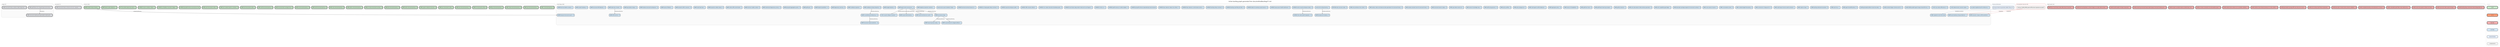
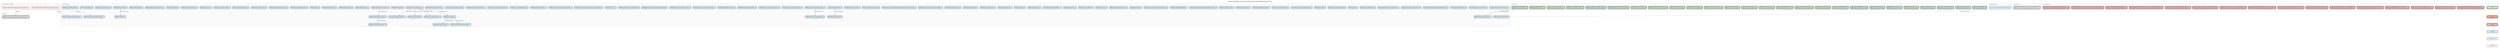
digraph backlog {
  rankdir=TB
  fontname="Helvetica"
  label="Active backlog graph generated from docs/method/backlog/*/*.md"
  labelloc=t
  fontsize=12
  node [shape=box style="rounded,filled" fontname="Helvetica" fontsize=8 margin="0.1,0.05" height=0.35]
  edge [color="#666666" arrowsize=0.5 fontname="Helvetica" fontsize=7]
  newrank=true
  ranksep=0.55
  nodesep=0.2

  subgraph cluster_asap {
-     label="asap (3)" labeljust=l fontsize=9 fontcolor="#555555"
-     style=rounded color="#cccccc" bgcolor="#fafafa"
-     asap_CORE_graft_fake_echo_shaped_typescript_witness [label="CORE-graft-fake-echo-shaped-typescript-witness - L" fillcolor="#E5E7EB" penwidth=2]
-     asap_CORE_structural_history_evidence_label_alignment [label="CORE-structural-history-evidence-label-alignment - M" fillcolor="#E5E7EB" penwidth=2]
+     label="asap (1)" labeljust=l fontsize=9 fontcolor="#555555"
+     style=rounded color="#cccccc" bgcolor="#fafafa"
    asap_CORE_structural_reading_port_generated_model_parity [label="CORE-structural-reading-port-generated-model-parity - L" fillcolor="#E5E7EB" penwidth=2]
  }

  subgraph cluster_up_next {
    label="up-next (1)" labeljust=l fontsize=9 fontcolor="#555555"
    style=rounded color="#cccccc" bgcolor="#fafafa"
    up_next_CORE_structural_history_schema_and_echo_migration [label="CORE-structural-history-schema-and-echo-migration - XL" fillcolor="#E5E7EB" penwidth=2]
  }

  subgraph cluster_v0_8_0 {
    label="v0.8.0 (26)" labeljust=l fontsize=9 fontcolor="#555555"
    style=rounded color="#cccccc" bgcolor="#fafafa"
    v0_8_0_CORE_c_structural_parsing [label="CORE-c-structural-parsing - M" fillcolor="#C8E6C9" penwidth=2]
    v0_8_0_CORE_cpp_structural_parsing [label="CORE-cpp-structural-parsing - L" fillcolor="#C8E6C9" penwidth=2]
    v0_8_0_CORE_csharp_structural_parsing [label="CORE-csharp-structural-parsing - M" fillcolor="#C8E6C9" penwidth=2]
    v0_8_0_CORE_go_structural_parsing [label="CORE-go-structural-parsing - S" fillcolor="#C8E6C9" penwidth=2]
    v0_8_0_CORE_hcl_structured_config [label="CORE-hcl-structured-config - M" fillcolor="#C8E6C9" penwidth=2]
    v0_8_0_CORE_java_structural_parsing [label="CORE-java-structural-parsing - M" fillcolor="#C8E6C9" penwidth=2]
    v0_8_0_CORE_json_structured_config [label="CORE-json-structured-config - S" fillcolor="#C8E6C9" penwidth=2]
    v0_8_0_CORE_jupyter_notebook_structure [label="CORE-jupyter-notebook-structure - M" fillcolor="#C8E6C9" penwidth=2]
    v0_8_0_CORE_kotlin_structural_parsing [label="CORE-kotlin-structural-parsing - M" fillcolor="#C8E6C9" penwidth=2]
    v0_8_0_CORE_php_structural_parsing [label="CORE-php-structural-parsing - M" fillcolor="#C8E6C9" penwidth=2]
    v0_8_0_CORE_pr_review_structural_summary [label="CORE-pr-review-structural-summary - M" fillcolor="#C8E6C9" penwidth=2]
    v0_8_0_CORE_python_structural_parsing [label="CORE-python-structural-parsing - S" fillcolor="#C8E6C9" penwidth=2]
    v0_8_0_CORE_ruby_structural_parsing [label="CORE-ruby-structural-parsing - M" fillcolor="#C8E6C9" penwidth=2]
    v0_8_0_CORE_shell_structural_parsing [label="CORE-shell-structural-parsing - M" fillcolor="#C8E6C9" penwidth=2]
    v0_8_0_CORE_sql_structural_parsing [label="CORE-sql-structural-parsing - M" fillcolor="#C8E6C9" penwidth=2]
    v0_8_0_CORE_structural_test_coverage_map [label="CORE-structural-test-coverage-map - M" fillcolor="#C8E6C9" penwidth=2]
    v0_8_0_CORE_swift_structural_parsing [label="CORE-swift-structural-parsing - M" fillcolor="#C8E6C9" penwidth=2]
    v0_8_0_CORE_toml_structured_config [label="CORE-toml-structured-config - S" fillcolor="#C8E6C9" penwidth=2]
    v0_8_0_CORE_tool_context_injection_contracts [label="CORE-tool-context-injection-contracts - M" fillcolor="#C8E6C9" penwidth=2]
    v0_8_0_CORE_yaml_structured_config [label="CORE-yaml-structured-config - M" fillcolor="#C8E6C9" penwidth=2]
    v0_8_0_SURFACE_git_graft_enhance_provenance_hints [label="SURFACE-git-graft-enhance-provenance-hints" fillcolor="#C8E6C9" penwidth=2]
    v0_8_0_SURFACE_pr_feedback_resolution_ledger [label="SURFACE-pr-feedback-resolution-ledger - M" fillcolor="#C8E6C9" penwidth=2]
    v0_8_0_SURFACE_review_cooldown_status [label="SURFACE-review-cooldown-status - S" fillcolor="#C8E6C9" penwidth=2]
    v0_8_0_TEST_bounded_subprocess_policy [label="TEST-bounded-subprocess-policy - S" fillcolor="#C8E6C9" penwidth=2]
    v0_8_0_WARP_dead_symbol_detection [label="WARP-dead-symbol-detection - S" fillcolor="#C8E6C9" penwidth=2]
    v0_8_0_WARP_symbol_history_timeline [label="WARP-symbol-history-timeline - S" fillcolor="#C8E6C9" penwidth=2]
  }

  subgraph cluster_bad_code {
    label="bad-code (16)" labeljust=l fontsize=9 fontcolor="#555555"
    style=rounded color="#cccccc" bgcolor="#fafafa"
    bad_code_CLEAN_backlog_dag_unresolved_internal_dependencies [label="CLEAN-backlog-dag-unresolved-internal-dependencies - S" fillcolor="#F6B3B3" penwidth=2]
    bad_code_CLEAN_canonical_codec_seams_diverge [label="CLEAN-canonical-codec-seams-diverge - M" fillcolor="#F6B3B3" penwidth=2]
    bad_code_CLEAN_code_show_parser_runtime_not_ready [label="CLEAN-code-show-parser-runtime-not-ready - S" fillcolor="#F6B3B3" penwidth=2]
    bad_code_CLEAN_coderabbit_path_filters_skip_method_docs [label="CLEAN-coderabbit-path-filters-skip-method-docs - S" fillcolor="#F6B3B3" penwidth=2]
    bad_code_CLEAN_completed_backlog_card_retirement_is_manual [label="CLEAN-completed-backlog-card-retirement-is-manual - M" fillcolor="#F6B3B3" penwidth=2]
    bad_code_CLEAN_descriptor_checker_lacks_schema_validation [label="CLEAN-descriptor-checker-lacks-schema-validation - M" fillcolor="#F6B3B3" penwidth=2]
    bad_code_CLEAN_echo_witness_test_fixture_duplication [label="CLEAN-echo-witness-test-fixture-duplication - S" fillcolor="#F6B3B3" penwidth=2]
    bad_code_CLEAN_generated_svg_dag_diff_noise_obscures_review [label="CLEAN-generated-svg-dag-diff-noise-obscures-review - S" fillcolor="#F6B3B3" penwidth=2]
    bad_code_CLEAN_method_close_timeout_produces_no_retro_artifact [label="CLEAN-method-close-timeout-produces-no-retro-artifact - M" fillcolor="#F6B3B3" penwidth=2]
    bad_code_CLEAN_method_retro_witness_can_overstate_validation [label="CLEAN-method-retro-witness-can-overstate-validation - M" fillcolor="#F6B3B3" penwidth=2]
    bad_code_CLEAN_pr_review_comments_not_actionability_typed [label="CLEAN-pr-review-comments-not-actionability-typed - M" fillcolor="#F6B3B3" penwidth=2]
    bad_code_CLEAN_receipt_cumulative_bytes_avoided_stays_zero [label="CLEAN-receipt-cumulative-bytes-avoided-stays-zero - S" fillcolor="#F6B3B3" penwidth=2]
    bad_code_CLEAN_remaining_structural_warp_reads_bypass_structural_reading_port [label="CLEAN-remaining-structural-warp-reads-bypass-structural-reading-port - M" fillcolor="#F6B3B3" penwidth=2]
    bad_code_CLEAN_sha256_stable_id_helper_duplication [label="CLEAN-sha256-stable-id-helper-duplication - S" fillcolor="#F6B3B3" penwidth=2]
    bad_code_CLEAN_technical_teardown_contract_ledger_can_stale_without_tests [label="CLEAN-technical-teardown-contract-ledger-can-stale-without-tests - M" fillcolor="#F6B3B3" penwidth=2]
    bad_code_WARP_bijou_local_history_stale_after_branch_transition [label="WARP-bijou-local-history-stale-after-branch-transition - M" fillcolor="#F6B3B3" penwidth=2]
  }

  subgraph cluster_cool_ideas {
    label="Cool Ideas (89)" labeljust=l fontsize=9 fontcolor="#555555"
    style=rounded color="#cccccc" bgcolor="#fafafa"
    cool_ideas_bounded_neighborhood_for_references [label="bounded-neighborhood-for-references - S" fillcolor="#D4E8F7" penwidth=1]
    cool_ideas_CI_001_causal_collapse_visualizer [label="CI-001-causal-collapse-visualizer - L" fillcolor="#D4E8F7" penwidth=1]
    cool_ideas_CI_002_deterministic_scenario_replay [label="CI-002-deterministic-scenario-replay - L" fillcolor="#D4E8F7" penwidth=1]
    cool_ideas_CI_003_mcp_native_diff_protocol [label="CI-003-mcp-native-diff-protocol - M" fillcolor="#D4E8F7" penwidth=1]
    cool_ideas_CLEAN_CODE_parallel_agent_merge_shared_file_loss [label="CLEAN-CODE-parallel-agent-merge-shared-file-loss - M" fillcolor="#D4E8F7" penwidth=1]
    cool_ideas_CLEAN_contract_ledger_schema_and_lint [label="CLEAN-contract-ledger-schema-and-lint - M" fillcolor="#D4E8F7" penwidth=1]
    cool_ideas_CLEAN_generated_artifact_review_boundary [label="CLEAN-generated-artifact-review-boundary - S" fillcolor="#D4E8F7" penwidth=1]
    cool_ideas_CORE_agent_handoff_protocol [label="CORE-agent-handoff-protocol - M" fillcolor="#D4E8F7" penwidth=1]
    cool_ideas_CORE_auto_focus [label="CORE-auto-focus - L" fillcolor="#D4E8F7" penwidth=1]
    cool_ideas_CORE_backlog_retirement_assistant [label="CORE-backlog-retirement-assistant - M" fillcolor="#D4E8F7" penwidth=1]
    cool_ideas_CORE_capture_range [label="CORE-capture-range - S" fillcolor="#D4E8F7" penwidth=1]
    cool_ideas_CORE_code_lawyer_local_pr_audit_command [label="CORE-code-lawyer-local-pr-audit-command - L" fillcolor="#D4E8F7" penwidth=1]
    cool_ideas_CORE_constructor_in_disguise_lint [label="CORE-constructor-in-disguise-lint - M" fillcolor="#D4E8F7" penwidth=1]
    cool_ideas_CORE_context_budget_forecasting [label="CORE-context-budget-forecasting - M" fillcolor="#D4E8F7" penwidth=1]
    cool_ideas_CORE_conversation_primer [label="CORE-conversation-primer - M" fillcolor="#D4E8F7" penwidth=1]
    cool_ideas_CORE_cross_session_resume [label="CORE-cross-session-resume - S" fillcolor="#D4E8F7" penwidth=1]
    cool_ideas_CORE_descriptor_package_registry_for_structural_contracts [label="CORE-descriptor-package-registry-for-structural-contracts - M" fillcolor="#D4E8F7" penwidth=1]
    cool_ideas_CORE_echo_capability_gap_ledger [label="CORE-echo-capability-gap-ledger - S" fillcolor="#D4E8F7" penwidth=1]
    cool_ideas_CORE_echo_descriptor_to_fake_witness_generator [label="CORE-echo-descriptor-to-fake-witness-generator - M" fillcolor="#D4E8F7" penwidth=1]
    cool_ideas_CORE_graft_as_teacher [label="CORE-graft-as-teacher - S" fillcolor="#D4E8F7" penwidth=1]
    cool_ideas_CORE_graft_teach_learning_receipts [label="CORE-graft-teach-learning-receipts - S" fillcolor="#D4E8F7" penwidth=1]
    cool_ideas_CORE_graft_tool_client [label="CORE-graft-tool-client - M" fillcolor="#D4E8F7" penwidth=1]
    cool_ideas_CORE_horizon_of_readability [label="CORE-horizon-of-readability - M" fillcolor="#D4E8F7" penwidth=1]
    cool_ideas_CORE_lagrangian_policy [label="CORE-lagrangian-policy - XL" fillcolor="#D4E8F7" penwidth=1]
    cool_ideas_CORE_migrate_to_slice_first_reads [label="CORE-migrate-to-slice-first-reads" fillcolor="#D4E8F7" penwidth=1]
    cool_ideas_CORE_multi_agent_conflict_detection [label="CORE-multi-agent-conflict-detection - L" fillcolor="#D4E8F7" penwidth=1]
    cool_ideas_CORE_policy_playground [label="CORE-policy-playground - S" fillcolor="#D4E8F7" penwidth=1]
    cool_ideas_CORE_policy_profiles [label="CORE-policy-profiles - M" fillcolor="#D4E8F7" penwidth=1]
    cool_ideas_CORE_self_tuning_governor [label="CORE-self-tuning-governor - M" fillcolor="#D4E8F7" penwidth=1]
    cool_ideas_CORE_session_knowledge_map [label="CORE-session-knowledge-map - S" fillcolor="#D4E8F7" penwidth=1]
    cool_ideas_CORE_speculative_read_cost [label="CORE-speculative-read-cost - S" fillcolor="#D4E8F7" penwidth=1]
    cool_ideas_CORE_structural_session_replay [label="CORE-structural-session-replay - M" fillcolor="#D4E8F7" penwidth=1]
    cool_ideas_CORE_weslaw_semantic_law_for_structural_history [label="CORE-weslaw-semantic-law-for-structural-history - M" fillcolor="#D4E8F7" penwidth=1]
    cool_ideas_CORE_wesley_codec_and_observer_plan_generation_for_structural_history [label="CORE-wesley-codec-and-observer-plan-generation-for-structural-history - M" fillcolor="#D4E8F7" penwidth=1]
    cool_ideas_CORE_wire_primitives_into_runtime [label="CORE-wire-primitives-into-runtime - M" fillcolor="#D4E8F7" penwidth=1]
    cool_ideas_METHOD_retro_recovery_mode [label="METHOD-retro-recovery-mode - M" fillcolor="#D4E8F7" penwidth=1]
    cool_ideas_monitor_tick_ceiling_tracking [label="monitor-tick-ceiling-tracking - S" fillcolor="#D4E8F7" penwidth=1]
    cool_ideas_SURFACE_active_causal_workspace_status [label="SURFACE-active-causal-workspace-status - M" fillcolor="#D4E8F7" penwidth=1]
    cool_ideas_SURFACE_asap_queue_health_dashboard [label="SURFACE-asap-queue-health-dashboard - M" fillcolor="#D4E8F7" penwidth=1]
    cool_ideas_SURFACE_attach_to_existing_causal_session [label="SURFACE-attach-to-existing-causal-session - M" fillcolor="#D4E8F7" penwidth=1]
    cool_ideas_SURFACE_backlog_card_lifecycle_linter [label="SURFACE-backlog-card-lifecycle-linter - M" fillcolor="#D4E8F7" penwidth=1]
    cool_ideas_SURFACE_backlog_sitrep_command [label="SURFACE-backlog-sitrep-command - M" fillcolor="#D4E8F7" penwidth=1]
    cool_ideas_SURFACE_bijou_daemon_control_plane_actions [label="SURFACE-bijou-daemon-control-plane-actions - L" fillcolor="#D4E8F7" penwidth=1]
    cool_ideas_SURFACE_bijou_daemon_status_live_refresh [label="SURFACE-bijou-daemon-status-live-refresh - M" fillcolor="#D4E8F7" penwidth=1]
    cool_ideas_SURFACE_git_graft_enhance_expanded_git_subcommands [label="SURFACE-git-graft-enhance-expanded-git-subcommands" fillcolor="#D4E8F7" penwidth=1]
    cool_ideas_SURFACE_graft_review_pr_number_adapter [label="SURFACE-graft-review-pr-number-adapter - M" fillcolor="#D4E8F7" penwidth=1]
    cool_ideas_SURFACE_ide_native_graft_integration [label="SURFACE-ide-native-graft-integration - XL" fillcolor="#D4E8F7" penwidth=1]
    cool_ideas_SURFACE_init_dry_run [label="SURFACE-init-dry-run - S" fillcolor="#D4E8F7" penwidth=1]
    cool_ideas_SURFACE_local_history_dag_render_mode_and_count_legend [label="SURFACE-local-history-dag-render-mode-and-count-legend - S" fillcolor="#D4E8F7" penwidth=1]
    cool_ideas_SURFACE_non_codex_instruction_bootstrap_parity [label="SURFACE-non-codex-instruction-bootstrap-parity - M" fillcolor="#D4E8F7" penwidth=1]
    cool_ideas_SURFACE_offer_rename_refactor [label="SURFACE-offer-rename-refactor - L" fillcolor="#D4E8F7" penwidth=1]
    cool_ideas_SURFACE_opened_workspace_paths [label="SURFACE-opened-workspace-paths - M" fillcolor="#D4E8F7" penwidth=1]
    cool_ideas_SURFACE_pr_merge_gate_sitrep_command [label="SURFACE-pr-merge-gate-sitrep-command - M" fillcolor="#D4E8F7" penwidth=1]
    cool_ideas_SURFACE_terminal_activity_browser_tui [label="SURFACE-terminal-activity-browser-tui - L" fillcolor="#D4E8F7" penwidth=1]
    cool_ideas_traverse_plus_query_hydration_helper [label="traverse-plus-query-hydration-helper - S" fillcolor="#D4E8F7" penwidth=1]
    cool_ideas_WARP_adaptive_projection_selection [label="WARP-adaptive-projection-selection - L" fillcolor="#D4E8F7" penwidth=1]
    cool_ideas_WARP_agent_action_provenance [label="WARP-agent-action-provenance - XL" fillcolor="#D4E8F7" penwidth=1]
    cool_ideas_WARP_auto_breaking_change_detection [label="WARP-auto-breaking-change-detection - L" fillcolor="#D4E8F7" penwidth=1]
    cool_ideas_WARP_background_indexing [label="WARP-background-indexing - M" fillcolor="#D4E8F7" penwidth=1]
    cool_ideas_WARP_budget_elasticity [label="WARP-budget-elasticity - M" fillcolor="#D4E8F7" penwidth=1]
    cool_ideas_WARP_causal_blame_for_staged_artifacts [label="WARP-causal-blame-for-staged-artifacts - L" fillcolor="#D4E8F7" penwidth=1]
    cool_ideas_WARP_causal_write_tracking [label="WARP-causal-write-tracking - L" fillcolor="#D4E8F7" penwidth=1]
    cool_ideas_WARP_codebase_entropy_trajectory [label="WARP-codebase-entropy-trajectory - M" fillcolor="#D4E8F7" penwidth=1]
    cool_ideas_WARP_codebase_signature [label="WARP-codebase-signature - L" fillcolor="#D4E8F7" penwidth=1]
    cool_ideas_WARP_counterfactual_refactoring [label="WARP-counterfactual-refactoring - XL" fillcolor="#D4E8F7" penwidth=1]
    cool_ideas_WARP_degeneracy_warning [label="WARP-degeneracy-warning - M" fillcolor="#D4E8F7" penwidth=1]
    cool_ideas_WARP_drift_sentinel [label="WARP-drift-sentinel - M" fillcolor="#D4E8F7" penwidth=1]
    cool_ideas_WARP_footprint_parallelism [label="WARP-footprint-parallelism - XL" fillcolor="#D4E8F7" penwidth=1]
    cool_ideas_WARP_graft_pack [label="WARP-graft-pack - M" fillcolor="#D4E8F7" penwidth=1]
    cool_ideas_WARP_grouped_aggregate_queries [label="WARP-grouped-aggregate-queries - M" fillcolor="#D4E8F7" penwidth=1]
    cool_ideas_WARP_intent_and_decision_events [label="WARP-intent-and-decision-events - M" fillcolor="#D4E8F7" penwidth=1]
    cool_ideas_WARP_intentional_degeneracy_privacy [label="WARP-intentional-degeneracy-privacy - M" fillcolor="#D4E8F7" penwidth=1]
    cool_ideas_WARP_minimum_viable_context [label="WARP-minimum-viable-context - M" fillcolor="#D4E8F7" penwidth=1]
    cool_ideas_WARP_outline_diff_commit_trailer [label="WARP-outline-diff-commit-trailer - S" fillcolor="#D4E8F7" penwidth=1]
    cool_ideas_WARP_projection_safety_classes [label="WARP-projection-safety-classes - M" fillcolor="#D4E8F7" penwidth=1]
    cool_ideas_WARP_provenance_dag [label="WARP-provenance-dag - L" fillcolor="#D4E8F7" penwidth=1]
    cool_ideas_WARP_reasoning_trace_replay [label="WARP-reasoning-trace-replay - M" fillcolor="#D4E8F7" penwidth=1]
    cool_ideas_WARP_rulial_heat_map [label="WARP-rulial-heat-map - L" fillcolor="#D4E8F7" penwidth=1]
    cool_ideas_WARP_semantic_drift_in_sessions [label="WARP-semantic-drift-in-sessions - M" fillcolor="#D4E8F7" penwidth=1]
    cool_ideas_WARP_semantic_merge_conflict_prediction [label="WARP-semantic-merge-conflict-prediction - L" fillcolor="#D4E8F7" penwidth=1]
    cool_ideas_WARP_session_filtration [label="WARP-session-filtration - L" fillcolor="#D4E8F7" penwidth=1]
    cool_ideas_WARP_shadow_structural_workspaces [label="WARP-shadow-structural-workspaces - XL" fillcolor="#D4E8F7" penwidth=1]
    cool_ideas_WARP_speculative_merge [label="WARP-speculative-merge - XL" fillcolor="#D4E8F7" penwidth=1]
    cool_ideas_WARP_stale_docs_checker [label="WARP-stale-docs-checker - M" fillcolor="#D4E8F7" penwidth=1]
    cool_ideas_WARP_structural_drift_detection [label="WARP-structural-drift-detection - M" fillcolor="#D4E8F7" penwidth=1]
    cool_ideas_WARP_structural_impact_prediction [label="WARP-structural-impact-prediction - XL" fillcolor="#D4E8F7" penwidth=1]
    cool_ideas_WARP_symbol_heatmap [label="WARP-symbol-heatmap - M" fillcolor="#D4E8F7" penwidth=1]
    cool_ideas_WARP_technical_debt_curvature [label="WARP-technical-debt-curvature - L" fillcolor="#D4E8F7" penwidth=1]
    cool_ideas_WARP_temporal_structural_search [label="WARP-temporal-structural-search - M" fillcolor="#D4E8F7" penwidth=1]
  }

  subgraph cluster_external {
    label="External blockers" labeljust=l fontsize=9 fontcolor="#555555"
    style=rounded color="#cccccc" bgcolor="#f8fbff"
    external_git_warp_observer_geometry_ladder__Rung_2_4_ [label="git-warp observer geometry ladder (Rung 2-4)" fillcolor="#E8F2FF" penwidth=1]
  }

  subgraph cluster_unresolved {
    label="Unresolved internal refs" labeljust=l fontsize=9 fontcolor="#555555"
    style="rounded,dashed" color="#cc3333" bgcolor="#fff7f7"
    unresolved_CLEAN_CODE_export_diff_semver_signature_as_patch [label="missing: CLEAN_CODE_export-diff-semver-signature-as-patch" fillcolor="#F2F2F2" penwidth=1 style="rounded,dashed,filled"]
-   }
- 
-   asap_CORE_graft_fake_echo_shaped_typescript_witness -> asap_CORE_structural_reading_port_generated_model_parity [label="blocked_by"]
+     unresolved_CORE_graft_fake_echo_shaped_typescript_witness [label="missing: CORE_graft-fake-echo-shaped-typescript-witness" fillcolor="#F2F2F2" penwidth=1 style="rounded,dashed,filled"]
+   }
+ 
  cool_ideas_monitor_tick_ceiling_tracking -> cool_ideas_WARP_background_indexing [label="blocked_by/blocking"]
  cool_ideas_SURFACE_active_causal_workspace_status -> cool_ideas_SURFACE_ide_native_graft_integration [label="blocked_by/blocking"]
  cool_ideas_WARP_agent_action_provenance -> cool_ideas_CI_001_causal_collapse_visualizer [label="blocked_by/blocking"]
  cool_ideas_WARP_agent_action_provenance -> cool_ideas_WARP_causal_write_tracking [label="blocked_by/blocking"]
  cool_ideas_WARP_agent_action_provenance -> cool_ideas_WARP_intent_and_decision_events [label="blocked_by/blocking"]
  cool_ideas_WARP_agent_action_provenance -> cool_ideas_WARP_provenance_dag [label="blocked_by/blocking"]
  cool_ideas_WARP_codebase_entropy_trajectory -> cool_ideas_WARP_counterfactual_refactoring [label="blocked_by/blocking"]
  cool_ideas_WARP_counterfactual_refactoring -> cool_ideas_WARP_structural_impact_prediction [label="blocked_by/blocking"]
  cool_ideas_WARP_provenance_dag -> cool_ideas_WARP_causal_blame_for_staged_artifacts [label="blocked_by/blocking"]
  cool_ideas_WARP_provenance_dag -> cool_ideas_WARP_reasoning_trace_replay [label="blocked_by/blocking"]
  cool_ideas_WARP_stale_docs_checker -> cool_ideas_WARP_drift_sentinel [label="blocked_by/blocking"]
  external_git_warp_observer_geometry_ladder__Rung_2_4_ -> cool_ideas_CORE_migrate_to_slice_first_reads [label="blocked_by_external" style=dashed color="#4477AA"]
  unresolved_CLEAN_CODE_export_diff_semver_signature_as_patch -> cool_ideas_WARP_auto_breaking_change_detection [label="blocked_by" style=dashed color="#CC3333"]
  unresolved_CLEAN_CODE_export_diff_semver_signature_as_patch -> cool_ideas_WARP_semantic_merge_conflict_prediction [label="blocked_by" style=dashed color="#CC3333"]
+   unresolved_CORE_graft_fake_echo_shaped_typescript_witness -> asap_CORE_structural_reading_port_generated_model_parity [label="blocked_by" style=dashed color="#CC3333"]
  v0_8_0_WARP_symbol_history_timeline -> cool_ideas_WARP_temporal_structural_search [label="blocked_by/blocking"]

  subgraph cluster_legend {
    label="Legend" labeljust=l fontsize=8 fontcolor="#aaaaaa"
    style=rounded color="#dddddd"
    node [fontsize=7 width=1.4]
    leg_v08 [label="v0.8.0" fillcolor="#C8E6C9" penwidth=2]
    leg_v07 [label="v0.7.0" fillcolor="#FFA07A" penwidth=2]
    leg_bad [label="bad-code" fillcolor="#F6B3B3" penwidth=2]
    leg_idea [label="cool-ideas" fillcolor="#D4E8F7" penwidth=1]
    leg_external [label="external blocker" fillcolor="#E8F2FF" penwidth=1]
    leg_unresolved [label="unresolved ref" fillcolor="#F2F2F2" penwidth=1 style="rounded,dashed,filled"]
    leg_v08 -> leg_v07 [style=invis]
    leg_v07 -> leg_bad [style=invis]
    leg_bad -> leg_idea [style=invis]
    leg_idea -> leg_external [style=invis]
    leg_external -> leg_unresolved [style=invis]
  }
}
